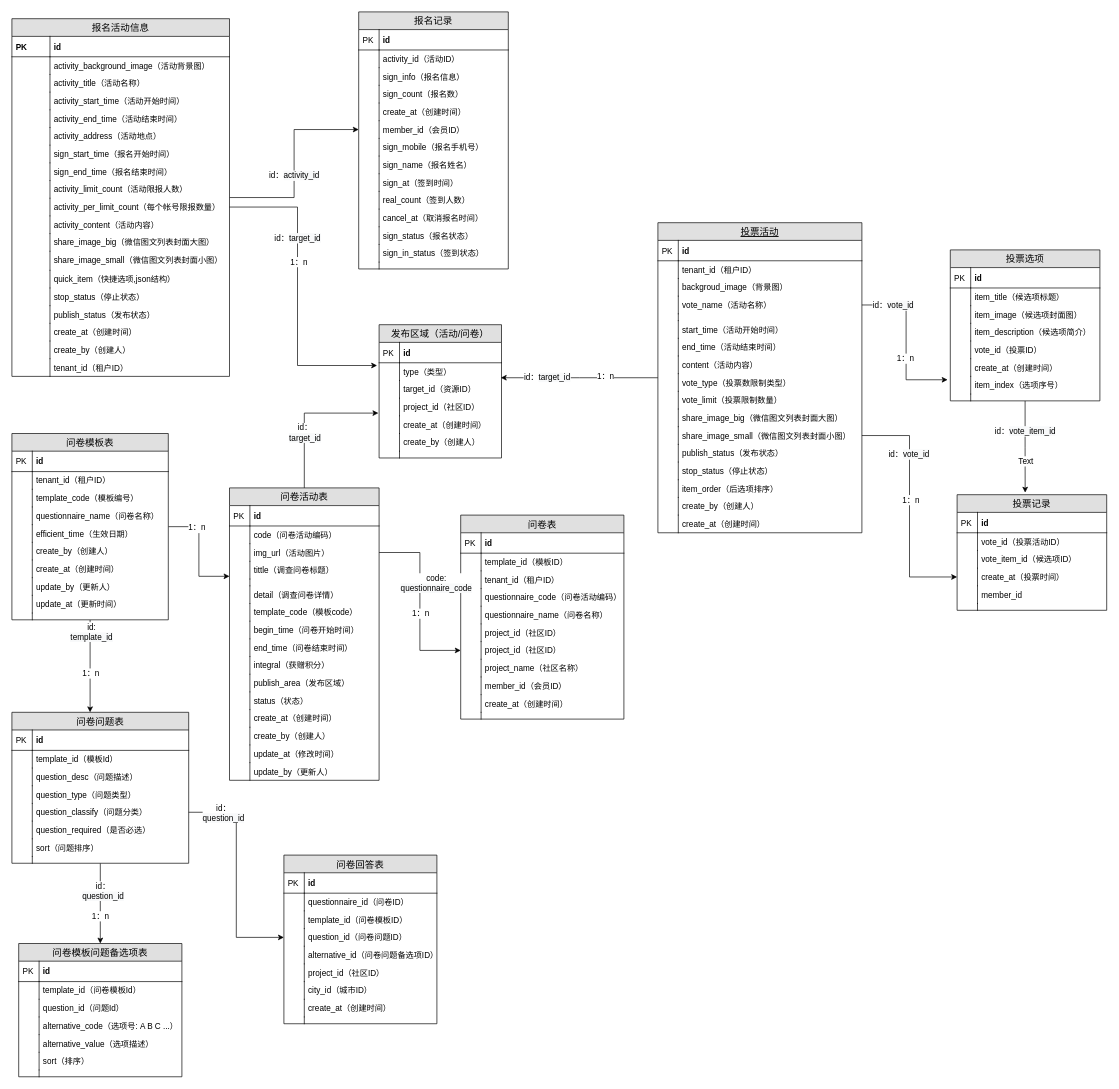
liuchaolyn/yyxmss keeps this draw.io diagram as Untitled Diagram.drawio. Above is the earlier version. Source tidied: cells renumbered, new cells numbered last; positions are measured from the earlier drawing's top-left corner, leaving out a move shared by most shapes. Both pictures are drawn from the tidied source at 68%, with x=0, y=0 at pixel (12, 12).
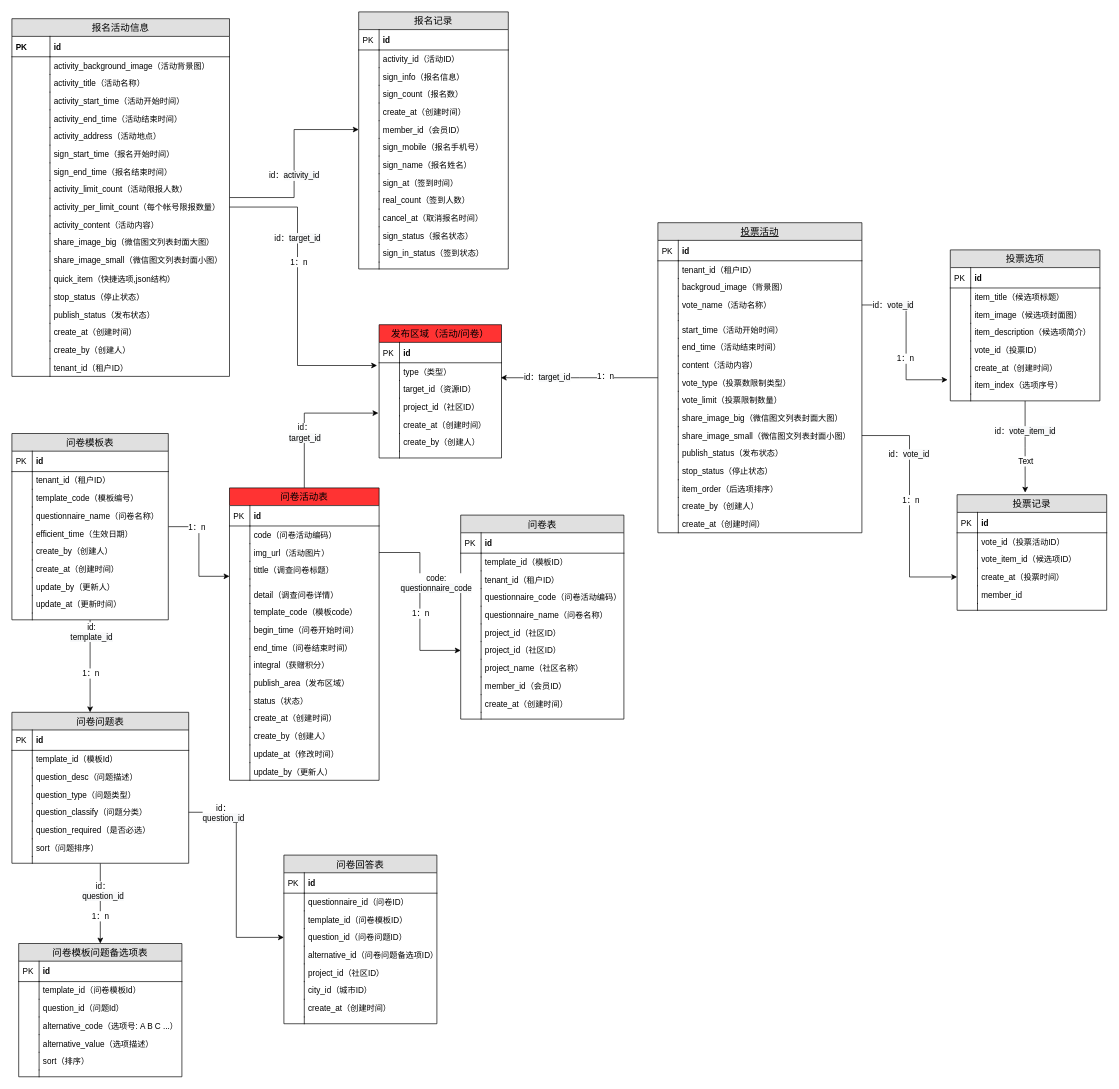
Above is the later version.

Change to the diagram source:
```diff
@@
-    <mxCell id="73" value="发布区域（活动/问卷）" style="swimlane;fontStyle=0;horizontal=1;startSize=26;fillColor=#e0e0e0;swimlaneFillColor=#ffffff;align=center;fontSize=14;strokeColor=#000000;" parent="1" vertex="1">
+    <mxCell id="73" value="发布区域（活动/问卷）" style="swimlane;fontStyle=0;horizontal=1;startSize=26;fillColor=#FF3333;swimlaneFillColor=#ffffff;align=center;fontSize=14;strokeColor=#000000;" parent="1" vertex="1">
       <mxGeometry x="540" y="460" width="180" height="196" as="geometry" />
     </mxCell>
@@
-    <mxCell id="113" value="问卷活动表" style="swimlane;fontStyle=0;horizontal=1;startSize=26;fillColor=#e0e0e0;swimlaneFillColor=#ffffff;align=center;fontSize=14;strokeColor=#000000;" parent="1" vertex="1">
+    <mxCell id="113" value="问卷活动表" style="swimlane;fontStyle=0;horizontal=1;startSize=26;fillColor=#FF3333;swimlaneFillColor=#ffffff;align=center;fontSize=14;strokeColor=#000000;" parent="1" vertex="1">
       <mxGeometry x="320" y="700" width="220" height="430" as="geometry" />
     </mxCell>
```
